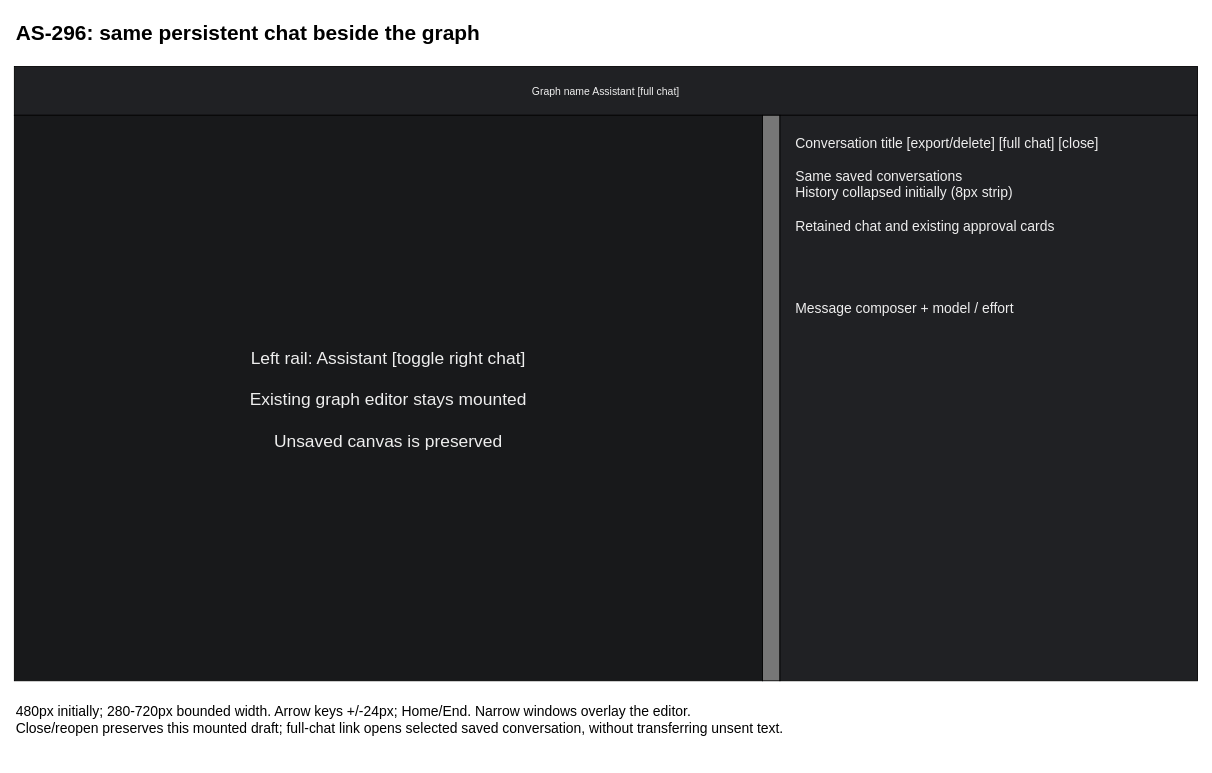
This is page "AS-296 - Resizable editor assistant" (5 of 5) of projects/laomedo/subsystems/agent-execution/design/application-assistant.drawio from amadou-6e/specs, a draw.io file, before an edit. Source tidied: cells renumbered, new cells numbered last; positions are measured from the earlier drawing's top-left corner, leaving out a move shared by most shapes. Both pictures are drawn from the tidied source at 87%, with x=0, y=0 at pixel (14, 14).
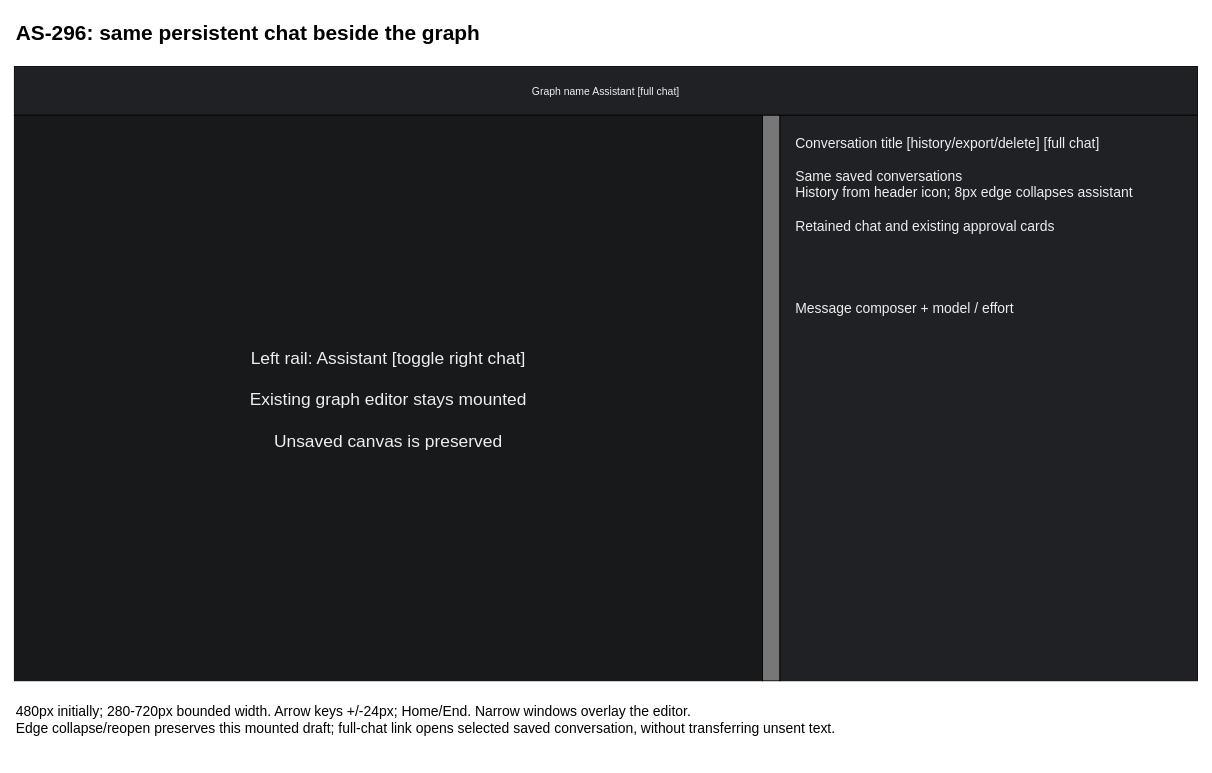
The same diagram, later.

Commit message (it also covers changes not shown here):
docs: separate assistant collapse and history actions

Change to the diagram source:
```diff
@@
 <mxGraphModel>
   <root>
     <mxCell id="0" />
     <mxCell id="1" parent="0" />
     <mxCell id="2" value="AS-296: same persistent chat beside the graph" style="text;fontSize=24;fontStyle=1;" parent="1" vertex="1">
       <mxGeometry width="1300" height="40" as="geometry" />
     </mxCell>
     <mxCell id="3" value="Graph name                                  Assistant [full chat]" style="rounded=0;fillColor=#202124;fontColor=#eeeeee;" parent="1" vertex="1">
       <mxGeometry y="60" width="1360" height="56" as="geometry" />
     </mxCell>
     <mxCell id="4" value="Left rail: Assistant [toggle right chat]&#10;&#10;Existing graph editor stays mounted&#10;&#10;Unsaved canvas is preserved" style="rounded=0;fillColor=#18191b;fontColor=#eeeeee;fontSize=20;" parent="1" vertex="1">
       <mxGeometry y="116" width="860" height="650" as="geometry" />
     </mxCell>
     <mxCell id="5" style="rounded=0;fillColor=#777777;" parent="1" vertex="1">
       <mxGeometry x="860" y="116" width="20" height="650" as="geometry" />
     </mxCell>
-    <mxCell id="6" value="Conversation title      [export/delete] [full chat] [close]&#10;&#10;Same saved conversations&#10;History collapsed initially (8px strip)&#10;&#10;Retained chat and existing approval cards&#10;&#10;&#10;&#10;&#10;Message composer + model / effort" style="rounded=0;fillColor=#202124;fontColor=#eeeeee;align=left;verticalAlign=top;spacing=18;fontSize=16;" parent="1" vertex="1">
+    <mxCell id="6" value="Conversation title      [history/export/delete] [full chat]&#10;&#10;Same saved conversations&#10;History from header icon; 8px edge collapses assistant&#10;&#10;Retained chat and existing approval cards&#10;&#10;&#10;&#10;&#10;Message composer + model / effort" style="rounded=0;fillColor=#202124;fontColor=#eeeeee;align=left;verticalAlign=top;spacing=18;fontSize=16;" parent="1" vertex="1">
       <mxGeometry x="880" y="116" width="480" height="650" as="geometry" />
     </mxCell>
-    <mxCell id="7" value="480px initially; 280-720px bounded width. Arrow keys +/-24px; Home/End. Narrow windows overlay the editor.&#10;Close/reopen preserves this mounted draft; full-chat link opens selected saved conversation, without transferring unsent text." style="text;align=left;fontSize=16;" parent="1" vertex="1">
+    <mxCell id="7" value="480px initially; 280-720px bounded width. Arrow keys +/-24px; Home/End. Narrow windows overlay the editor.&#10;Edge collapse/reopen preserves this mounted draft; full-chat link opens selected saved conversation, without transferring unsent text." style="text;align=left;fontSize=16;" parent="1" vertex="1">
       <mxGeometry y="785" width="1360" height="70" as="geometry" />
     </mxCell>
   </root>
 </mxGraphModel>
```
